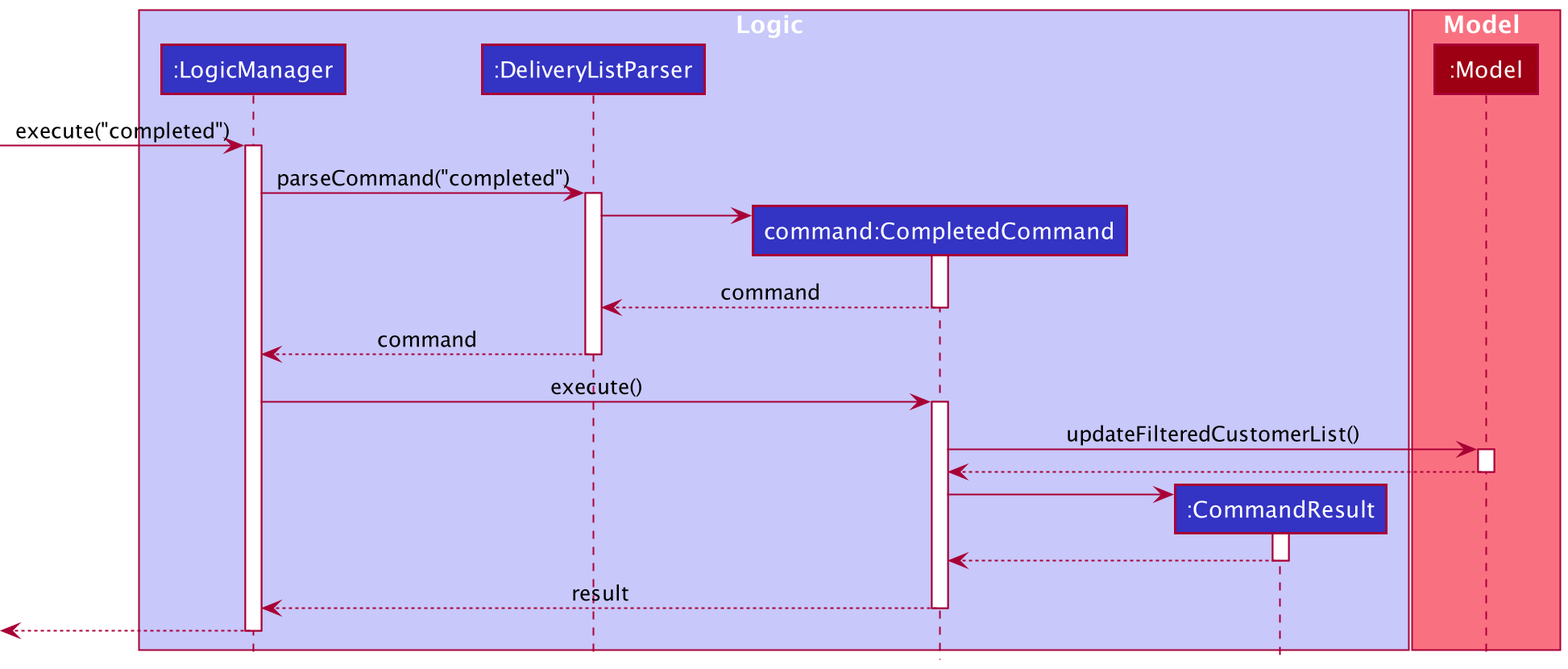
Earlier version of the PlantUML export docs/images/CompletedCommandLogicSequenceDiagram.png (nus-cs2103-AY2021S2/tp). Its diagram source:
```plantuml
@startuml
!include style.puml

box Logic LOGIC_COLOR_T1
participant ":LogicManager" as LogicManager LOGIC_COLOR
participant ":DeliveryListParser" as DeliveryListParser LOGIC_COLOR
participant "command:CompletedCommand" as CompletedCommand LOGIC_COLOR
participant ":CommandResult" as CommandResult LOGIC_COLOR
end box

box Model MODEL_COLOR_T1
participant ":Model" as Model MODEL_COLOR
end box

[-> LogicManager : execute("completed")
activate LogicManager

LogicManager -> DeliveryListParser : parseCommand("completed")
activate DeliveryListParser

create CompletedCommand
DeliveryListParser -> CompletedCommand
activate CompletedCommand

CompletedCommand --> DeliveryListParser : command
deactivate CompletedCommand

DeliveryListParser --> LogicManager : command
deactivate DeliveryListParser

LogicManager -> CompletedCommand : execute()
activate CompletedCommand

CompletedCommand -> Model : updateFilteredCustomerList()
activate Model

Model --> CompletedCommand
deactivate Model

create CommandResult
CompletedCommand -> CommandResult
activate CommandResult

CommandResult --> CompletedCommand
deactivate CommandResult

CompletedCommand --> LogicManager : result
deactivate CompletedCommand

[<--LogicManager
deactivate LogicManager
@enduml
```
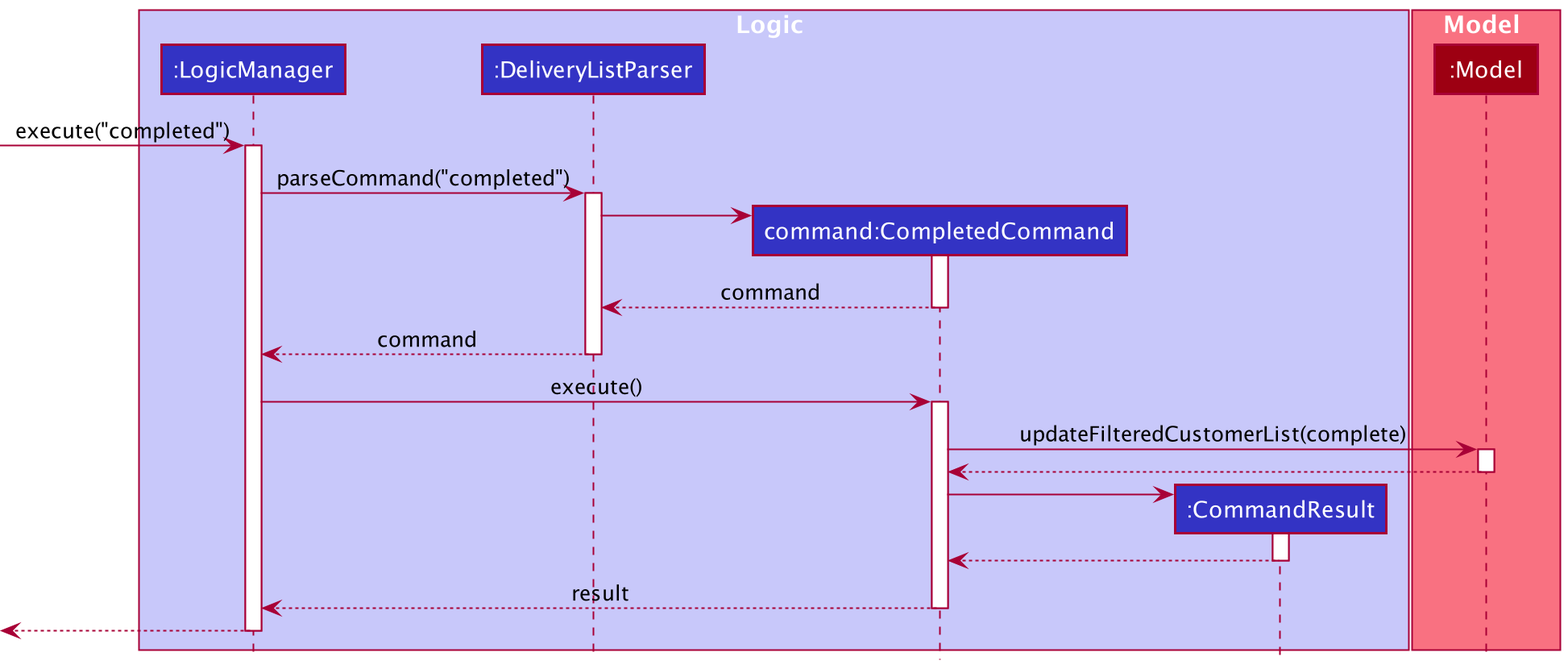
Above is the later version.

Diff of the diagram source:
```diff
@@ -31,7 +31,7 @@
 LogicManager -> CompletedCommand : execute()
 activate CompletedCommand
 
-CompletedCommand -> Model : updateFilteredCustomerList()
+CompletedCommand -> Model : updateFilteredCustomerList(complete)
 activate Model
 
 Model --> CompletedCommand
```
